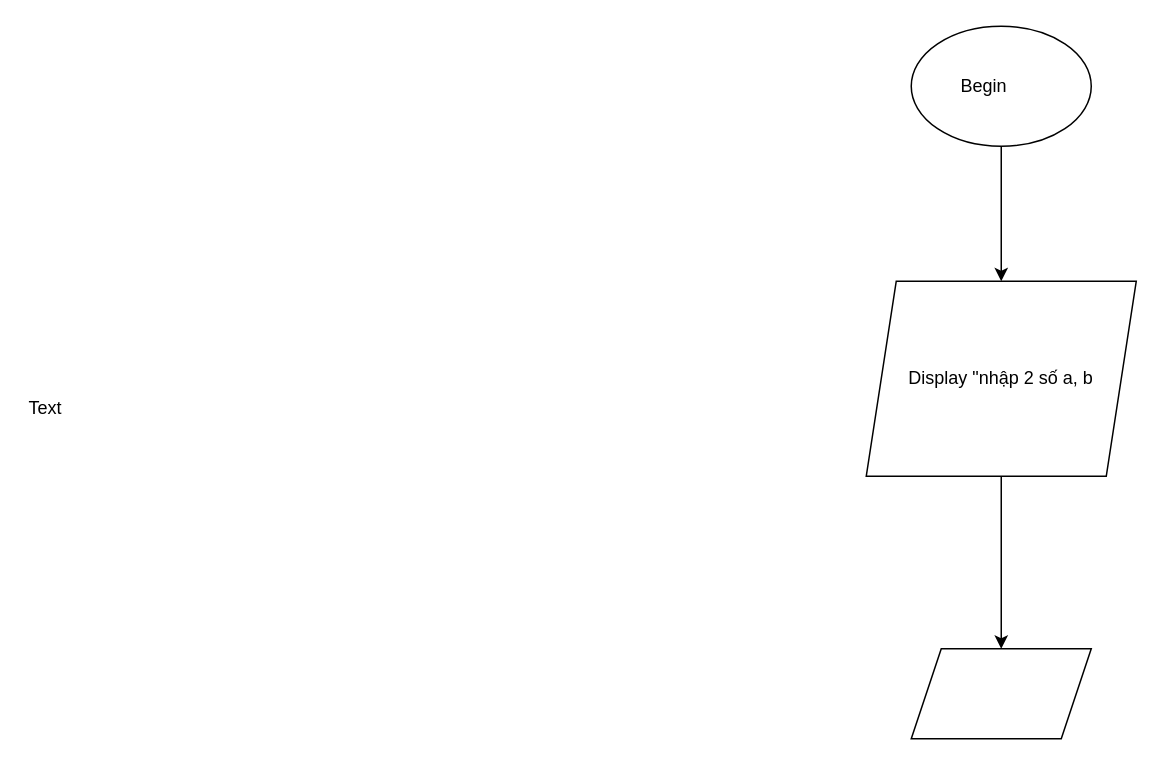
Earlier version of the draw.io diagram ss3_Hello_world/module1_ss3.drawio (Trongtangoc/CGDN-C0824M1-Ta-Ngoc-Trong). Source tidied: cells renumbered, new cells numbered last; positions are measured from the earlier drawing's top-left corner, leaving out a move shared by most shapes. Both pictures are drawn from the tidied source at 150%, with x=0, y=0 at pixel (26, 26).
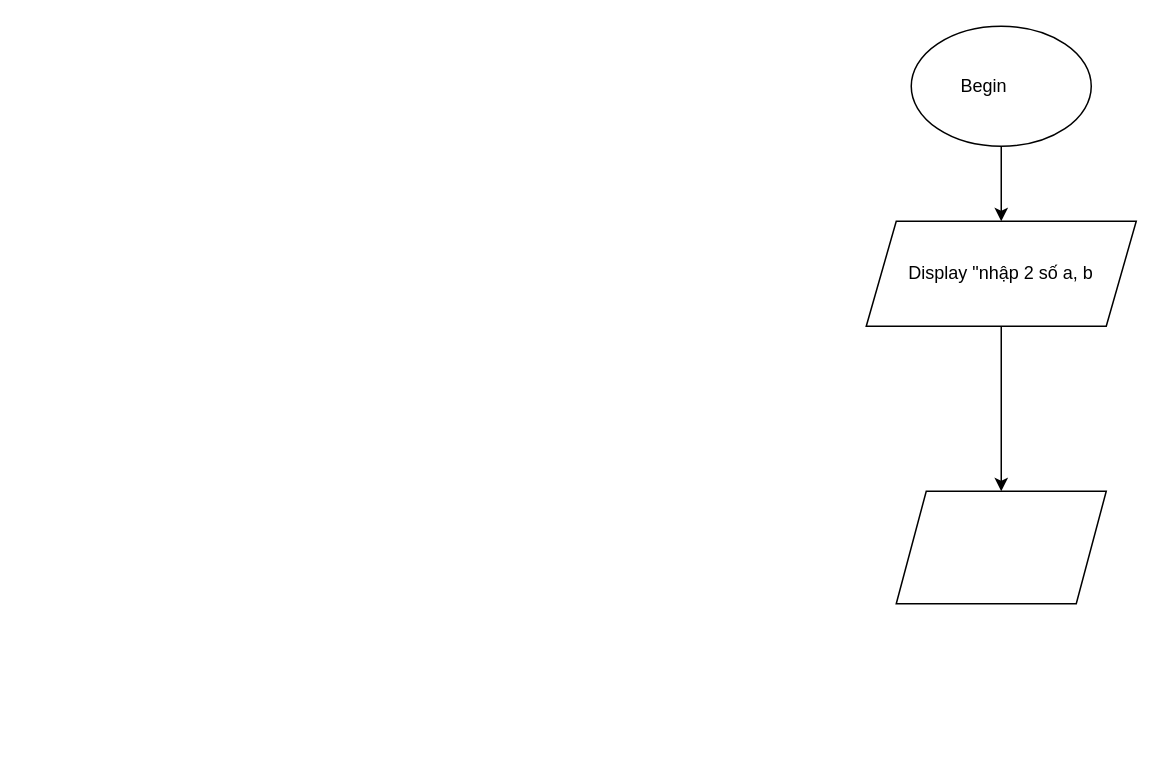
Above is the later version.

Commit message:
Cập nhật module1_ss3.drawio

What changed in the source:
```diff
@@
 <mxGraphModel>
   <root>
     <mxCell id="0" />
     <mxCell id="1" parent="0" />
-    <mxCell id="2" value="&lt;font style=&quot;font-size: 12px;&quot;&gt;Text&lt;/font&gt;" style="text;html=1;align=left;verticalAlign=middle;whiteSpace=wrap;rounded=0;" parent="1" vertex="1">
-      <mxGeometry y="50" width="460" height="410" as="geometry" />
-    </mxCell>
     <mxCell id="3" style="edgeStyle=orthogonalEdgeStyle;rounded=0;jettySize=auto;html=1;" parent="1" edge="1" source="4" target="6">
       <mxGeometry relative="1" as="geometry" />
     </mxCell>
     <mxCell id="4" value="Begin&lt;span style=&quot;white-space: pre;&quot;&gt;&#9;&lt;/span&gt;" style="ellipse;whiteSpace=wrap;html=1;" parent="1" vertex="1">
       <mxGeometry x="590" width="120" height="80" as="geometry" />
     </mxCell>
     <mxCell id="5" style="edgeStyle=orthogonalEdgeStyle;rounded=0;jettySize=auto;html=1;" parent="1" edge="1" source="6" target="7">
       <mxGeometry relative="1" as="geometry" />
     </mxCell>
     <mxCell id="6" value="Display &quot;nhập 2 số a, b" style="shape=parallelogram;perimeter=parallelogramPerimeter;whiteSpace=wrap;html=1;fixedSize=1;" parent="1" vertex="1">
-      <mxGeometry x="560" y="170" width="180" height="130" as="geometry" />
+      <mxGeometry x="560" y="130" width="180" height="70" as="geometry" />
     </mxCell>
     <mxCell id="7" style="shape=parallelogram;perimeter=parallelogramPerimeter;whiteSpace=wrap;html=1;fixedSize=1;" parent="1" vertex="1">
-      <mxGeometry x="590" y="415" width="120" height="60" as="geometry" />
+      <mxGeometry x="580" y="310" width="140" height="75" as="geometry" />
     </mxCell>
   </root>
 </mxGraphModel>
```
